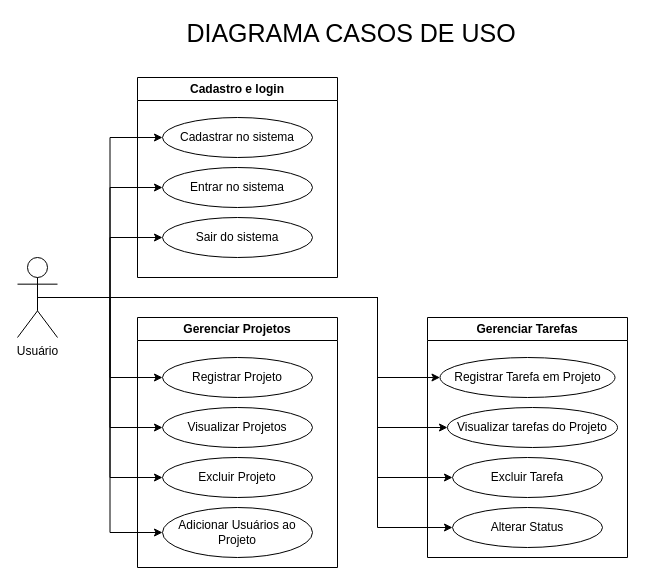
The draw.io diagram documents/CasosDeUso.drawio in splantapot/atividade3_DSenai, before the edit. Source tidied: cells renumbered, new cells numbered last; positions are measured from the earlier drawing's top-left corner, leaving out a move shared by most shapes. Both pictures are drawn from the tidied source at 100%, with x=0, y=0 at pixel (17, 17).
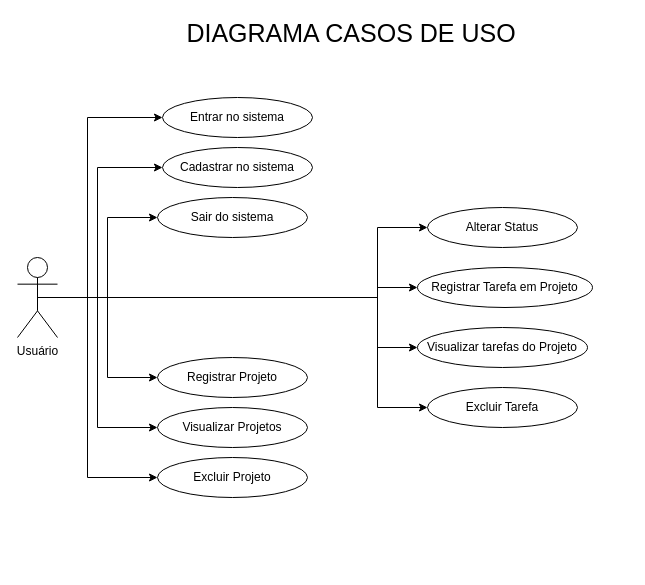
Above is the later version.

The change refers to these unchanged cells:
```xml
<mxCell id="14" value="Usuário" style="shape=umlActor;verticalLabelPosition=bottom;verticalAlign=top;html=1;outlineConnect=0;" parent="1" vertex="1">
  <mxGeometry y="240" width="40" height="80" as="geometry" />
</mxCell>
```

Diff of the diagram source:
```diff
@@
     <mxCell id="3" style="edgeStyle=orthogonalEdgeStyle;rounded=0;jettySize=auto;html=1;exitX=0.5;exitY=0.5;exitDx=0;exitDy=0;exitPerimeter=0;entryX=0;entryY=0.5;entryDx=0;entryDy=0;" parent="1" edge="1" source="14" target="16">
-      <mxGeometry relative="1" as="geometry" />
+      <mxGeometry relative="1" as="geometry">
+        <Array as="points">
+          <mxPoint x="80" y="280" />
+          <mxPoint x="80" y="150" />
+        </Array>
+      </mxGeometry>
     </mxCell>
     <mxCell id="4" style="edgeStyle=orthogonalEdgeStyle;rounded=0;jettySize=auto;html=1;exitX=0.5;exitY=0.5;exitDx=0;exitDy=0;exitPerimeter=0;entryX=0;entryY=0.5;entryDx=0;entryDy=0;" parent="1" edge="1" source="14" target="17">
-      <mxGeometry relative="1" as="geometry" />
+      <mxGeometry relative="1" as="geometry">
+        <Array as="points">
+          <mxPoint x="70" y="280" />
+          <mxPoint x="70" y="100" />
+        </Array>
+      </mxGeometry>
     </mxCell>
     <mxCell id="5" style="edgeStyle=orthogonalEdgeStyle;rounded=0;jettySize=auto;html=1;exitX=0.5;exitY=0.5;exitDx=0;exitDy=0;exitPerimeter=0;" parent="1" edge="1" source="14" target="18">
-      <mxGeometry relative="1" as="geometry" />
+      <mxGeometry relative="1" as="geometry">
+        <Array as="points">
+          <mxPoint x="90" y="280" />
+          <mxPoint x="90" y="200" />
+        </Array>
+      </mxGeometry>
     </mxCell>
@@
     <mxCell id="7" style="edgeStyle=orthogonalEdgeStyle;rounded=0;jettySize=auto;html=1;exitX=0.5;exitY=0.5;exitDx=0;exitDy=0;exitPerimeter=0;entryX=0;entryY=0.5;entryDx=0;entryDy=0;" parent="1" edge="1" source="14" target="21">
-      <mxGeometry relative="1" as="geometry" />
+      <mxGeometry relative="1" as="geometry">
+        <Array as="points">
+          <mxPoint x="80" y="280" />
+          <mxPoint x="80" y="410" />
+        </Array>
+      </mxGeometry>
     </mxCell>
     <mxCell id="8" style="edgeStyle=orthogonalEdgeStyle;rounded=0;jettySize=auto;html=1;exitX=0.5;exitY=0.5;exitDx=0;exitDy=0;exitPerimeter=0;entryX=0;entryY=0.5;entryDx=0;entryDy=0;" parent="1" edge="1" source="14" target="22">
-      <mxGeometry relative="1" as="geometry" />
+      <mxGeometry relative="1" as="geometry">
+        <Array as="points">
+          <mxPoint x="70" y="280" />
+          <mxPoint x="70" y="460" />
+        </Array>
+      </mxGeometry>
     </mxCell>
     <mxCell id="9" style="edgeStyle=orthogonalEdgeStyle;rounded=0;jettySize=auto;html=1;exitX=0.5;exitY=0.5;exitDx=0;exitDy=0;exitPerimeter=0;entryX=0;entryY=0.5;entryDx=0;entryDy=0;" parent="1" edge="1" source="14" target="25">
       <mxGeometry relative="1" as="geometry">
         <Array as="points">
           <mxPoint x="360" y="280" />
-          <mxPoint x="360" y="360" />
+          <mxPoint x="360" y="270" />
         </Array>
       </mxGeometry>
     </mxCell>
     <mxCell id="10" style="edgeStyle=orthogonalEdgeStyle;rounded=0;jettySize=auto;html=1;exitX=0.5;exitY=0.5;exitDx=0;exitDy=0;exitPerimeter=0;entryX=0;entryY=0.5;entryDx=0;entryDy=0;" parent="1" edge="1" source="14" target="26">
       <mxGeometry relative="1" as="geometry">
         <Array as="points">
           <mxPoint x="360" y="280" />
-          <mxPoint x="360" y="410" />
+          <mxPoint x="360" y="330" />
         </Array>
       </mxGeometry>
     </mxCell>
     <mxCell id="11" style="edgeStyle=orthogonalEdgeStyle;rounded=0;jettySize=auto;html=1;exitX=0.5;exitY=0.5;exitDx=0;exitDy=0;exitPerimeter=0;entryX=0;entryY=0.5;entryDx=0;entryDy=0;" parent="1" edge="1" source="14" target="27">
       <mxGeometry relative="1" as="geometry">
         <Array as="points">
           <mxPoint x="360" y="280" />
-          <mxPoint x="360" y="460" />
+          <mxPoint x="360" y="390" />
         </Array>
       </mxGeometry>
     </mxCell>
-    <mxCell id="12" style="edgeStyle=orthogonalEdgeStyle;rounded=0;jettySize=auto;html=1;exitX=0.5;exitY=0.5;exitDx=0;exitDy=0;exitPerimeter=0;entryX=0;entryY=0.5;entryDx=0;entryDy=0;" parent="1" edge="1" source="14" target="23">
-      <mxGeometry relative="1" as="geometry" />
-    </mxCell>
     <mxCell id="13" style="edgeStyle=orthogonalEdgeStyle;rounded=0;jettySize=auto;html=1;exitX=0.5;exitY=0.5;exitDx=0;exitDy=0;exitPerimeter=0;entryX=0;entryY=0.5;entryDx=0;entryDy=0;" parent="1" edge="1" source="14" target="28">
       <mxGeometry relative="1" as="geometry">
         <Array as="points">
           <mxPoint x="360" y="280" />
-          <mxPoint x="360" y="510" />
+          <mxPoint x="360" y="210" />
         </Array>
       </mxGeometry>
     </mxCell>
@@
-    <mxCell id="15" value="Cadastro e login" style="swimlane;whiteSpace=wrap;html=1;" parent="1" vertex="1">
-      <mxGeometry x="120" y="60" width="200" height="200" as="geometry" />
-    </mxCell>
-    <mxCell id="16" value="Cadastrar no sistema" style="ellipse;whiteSpace=wrap;html=1;" parent="15" vertex="1">
-      <mxGeometry x="25" y="40" width="150" height="40" as="geometry" />
+    <mxCell id="16" value="Cadastrar no sistema" style="ellipse;whiteSpace=wrap;html=1;" parent="1" vertex="1">
+      <mxGeometry x="145" y="130" width="150" height="40" as="geometry" />
     </mxCell>
-    <mxCell id="17" value="Entrar no sistema" style="ellipse;whiteSpace=wrap;html=1;" parent="15" vertex="1">
-      <mxGeometry x="25" y="90" width="150" height="40" as="geometry" />
+    <mxCell id="17" value="Entrar no sistema" style="ellipse;whiteSpace=wrap;html=1;" parent="1" vertex="1">
+      <mxGeometry x="145" y="80" width="150" height="40" as="geometry" />
     </mxCell>
-    <mxCell id="18" value="Sair do sistema" style="ellipse;whiteSpace=wrap;html=1;" parent="15" vertex="1">
-      <mxGeometry x="25" y="140" width="150" height="40" as="geometry" />
+    <mxCell id="18" value="Sair do sistema" style="ellipse;whiteSpace=wrap;html=1;" parent="1" vertex="1">
+      <mxGeometry x="140" y="180" width="150" height="40" as="geometry" />
     </mxCell>
-    <mxCell id="19" value="Gerenciar Projetos" style="swimlane;whiteSpace=wrap;html=1;" parent="1" vertex="1">
-      <mxGeometry x="120" y="300" width="200" height="250" as="geometry" />
-    </mxCell>
-    <mxCell id="20" value="Registrar Projeto" style="ellipse;whiteSpace=wrap;html=1;" parent="19" vertex="1">
-      <mxGeometry x="25" y="40" width="150" height="40" as="geometry" />
+    <mxCell id="20" value="Registrar Projeto" style="ellipse;whiteSpace=wrap;html=1;" parent="1" vertex="1">
+      <mxGeometry x="140" y="340" width="150" height="40" as="geometry" />
     </mxCell>
-    <mxCell id="21" value="Visualizar Projetos" style="ellipse;whiteSpace=wrap;html=1;" parent="19" vertex="1">
-      <mxGeometry x="25" y="90" width="150" height="40" as="geometry" />
+    <mxCell id="21" value="Visualizar Projetos" style="ellipse;whiteSpace=wrap;html=1;" parent="1" vertex="1">
+      <mxGeometry x="140" y="390" width="150" height="40" as="geometry" />
     </mxCell>
-    <mxCell id="22" value="Excluir Projeto" style="ellipse;whiteSpace=wrap;html=1;" parent="19" vertex="1">
-      <mxGeometry x="25" y="140" width="150" height="40" as="geometry" />
+    <mxCell id="22" value="Excluir Projeto" style="ellipse;whiteSpace=wrap;html=1;" parent="1" vertex="1">
+      <mxGeometry x="140" y="440" width="150" height="40" as="geometry" />
     </mxCell>
-    <mxCell id="23" value="Adicionar Usuários ao Projeto" style="ellipse;whiteSpace=wrap;html=1;" parent="19" vertex="1">
-      <mxGeometry x="25" y="190" width="150" height="50" as="geometry" />
-    </mxCell>
-    <mxCell id="24" value="Gerenciar Tarefas" style="swimlane;whiteSpace=wrap;html=1;" parent="1" vertex="1">
-      <mxGeometry x="410" y="300" width="200" height="240" as="geometry" />
-    </mxCell>
-    <mxCell id="25" value="Registrar Tarefa em Projeto" style="ellipse;whiteSpace=wrap;html=1;" parent="24" vertex="1">
-      <mxGeometry x="12.5" y="40" width="175" height="40" as="geometry" />
+    <mxCell id="25" value="Registrar Tarefa em Projeto" style="ellipse;whiteSpace=wrap;html=1;" parent="1" vertex="1">
+      <mxGeometry x="400" y="250" width="175" height="40" as="geometry" />
     </mxCell>
-    <mxCell id="26" value="Visualizar tarefas do Projeto" style="ellipse;whiteSpace=wrap;html=1;" parent="24" vertex="1">
-      <mxGeometry x="20" y="90" width="170" height="40" as="geometry" />
+    <mxCell id="26" value="Visualizar tarefas do Projeto" style="ellipse;whiteSpace=wrap;html=1;" parent="1" vertex="1">
+      <mxGeometry x="400" y="310" width="170" height="40" as="geometry" />
     </mxCell>
-    <mxCell id="27" value="Excluir Tarefa" style="ellipse;whiteSpace=wrap;html=1;" parent="24" vertex="1">
-      <mxGeometry x="25" y="140" width="150" height="40" as="geometry" />
+    <mxCell id="27" value="Excluir Tarefa" style="ellipse;whiteSpace=wrap;html=1;" parent="1" vertex="1">
+      <mxGeometry x="410" y="370" width="150" height="40" as="geometry" />
     </mxCell>
-    <mxCell id="28" value="Alterar Status" style="ellipse;whiteSpace=wrap;html=1;" parent="24" vertex="1">
-      <mxGeometry x="25" y="190" width="150" height="40" as="geometry" />
+    <mxCell id="28" value="Alterar Status" style="ellipse;whiteSpace=wrap;html=1;" parent="1" vertex="1">
+      <mxGeometry x="410" y="190" width="150" height="40" as="geometry" />
     </mxCell>
```
